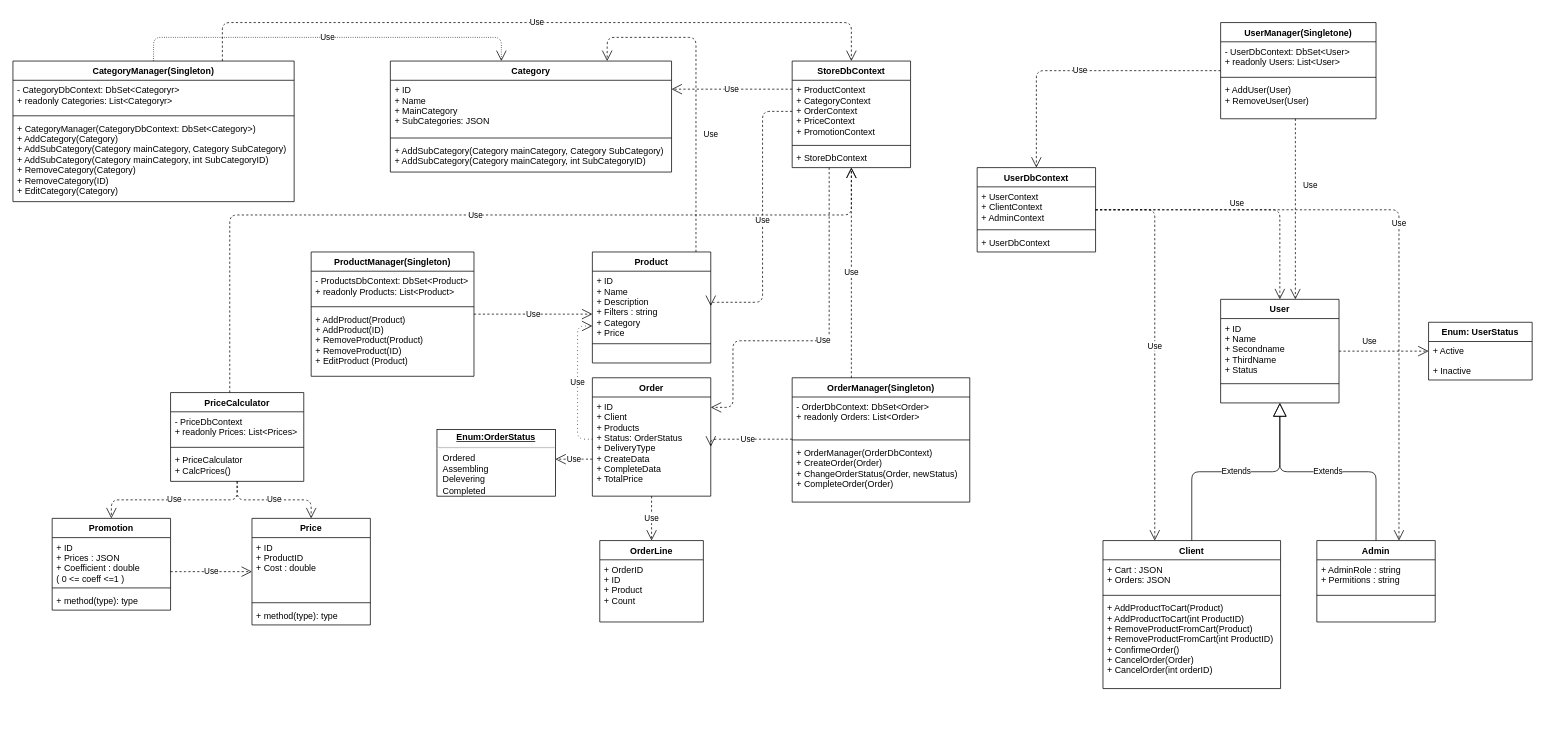
Above: UML Diagram.drawio in ArtemGB/AlpakaStore (draw.io), before the change. Source tidied: cells renumbered, new cells numbered last; positions are measured from the earlier drawing's top-left corner, leaving out a move shared by most shapes. Both pictures are drawn from the tidied source at 74%, with x=0, y=0 at pixel (13, 22).
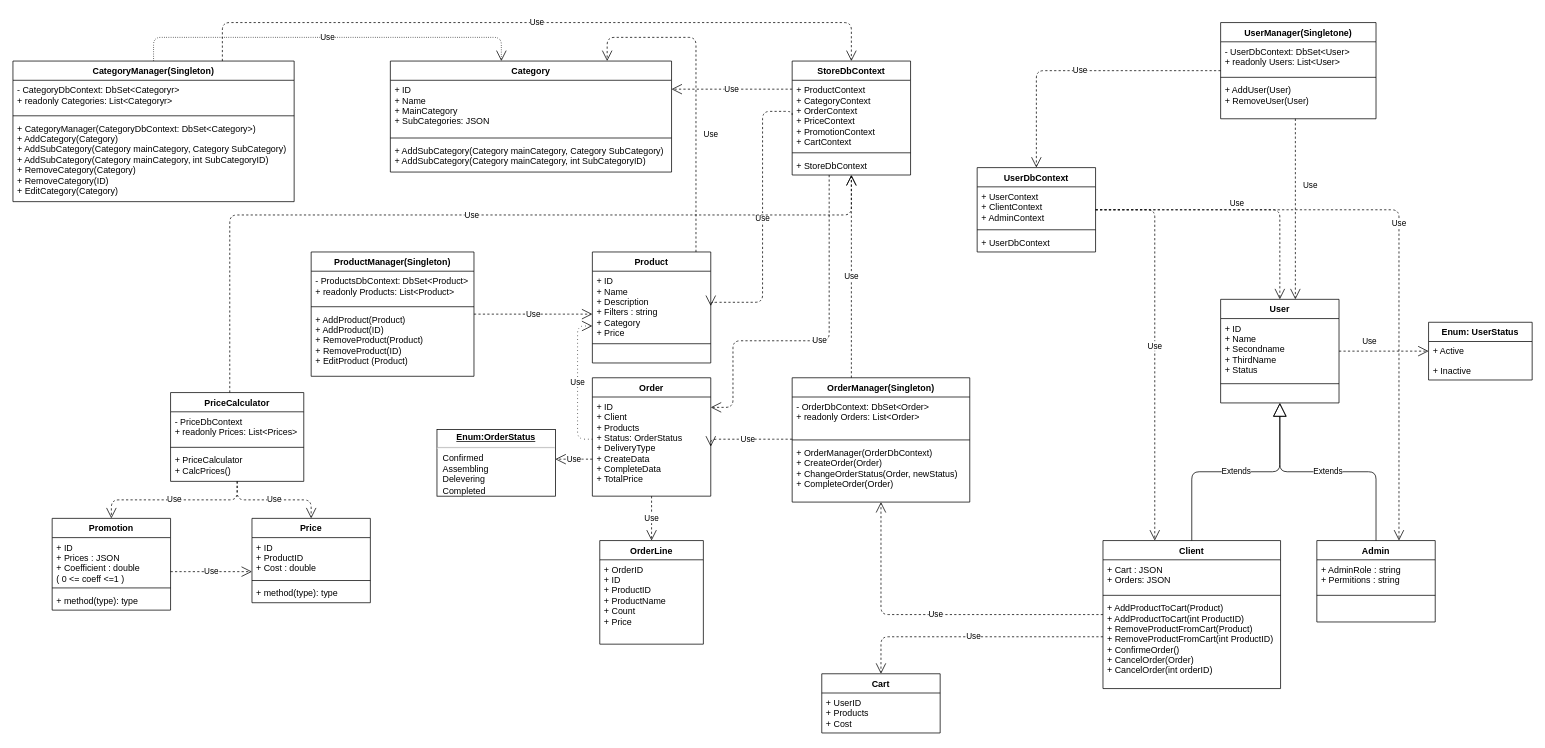
The same diagram, later.

Unchanged cells that the change refers to:
```xml
<mxCell id="21" value="Client" style="swimlane;fontStyle=1;align=center;verticalAlign=top;horizontal=1;startSize=26;" parent="1" vertex="1">
  <mxGeometry x="1473" y="700" width="240" height="200" as="geometry" />
</mxCell>
<mxCell id="34" value="OrderManager(Singleton)" style="swimlane;fontStyle=1;align=center;verticalAlign=top;horizontal=1;startSize=26;" parent="1" vertex="1">
  <mxGeometry x="1053" y="480" width="240" height="168" as="geometry" />
</mxCell>
```

Diff of the diagram source:
```diff
@@
     <mxCell id="13" value="StoreDbContext" style="swimlane;fontStyle=1;align=center;verticalAlign=top;horizontal=1;startSize=26;" parent="1" vertex="1">
-      <mxGeometry x="1053" y="52" width="160" height="144" as="geometry" />
+      <mxGeometry x="1053" y="52" width="160" height="154" as="geometry" />
     </mxCell>
-    <mxCell id="14" value="+ ProductContext&#10;+ CategoryContext&#10;+ OrderContext&#10;+ PriceContext&#10;+ PromotionContext" style="text;strokeColor=none;fillColor=none;align=left;verticalAlign=top;spacingLeft=4;spacingRight=4;overflow=hidden;points=[[0,0.5],[1,0.5]];portConstraint=eastwest;" parent="13" vertex="1">
-      <mxGeometry y="26" width="160" height="84" as="geometry" />
+    <mxCell id="14" value="+ ProductContext&#10;+ CategoryContext&#10;+ OrderContext&#10;+ PriceContext&#10;+ PromotionContext&#10;+ CartContext" style="text;strokeColor=none;fillColor=none;align=left;verticalAlign=top;spacingLeft=4;spacingRight=4;overflow=hidden;points=[[0,0.5],[1,0.5]];portConstraint=eastwest;" parent="13" vertex="1">
+      <mxGeometry y="26" width="160" height="94" as="geometry" />
     </mxCell>
     <mxCell id="15" style="line;strokeWidth=1;fillColor=none;align=left;verticalAlign=middle;spacingTop=-1;spacingLeft=3;spacingRight=3;labelPosition=right;" parent="13" vertex="1">
-      <mxGeometry y="110" width="160" height="8" as="geometry" />
+      <mxGeometry y="120" width="160" height="8" as="geometry" />
     </mxCell>
     <mxCell id="16" value="+ StoreDbContext" style="text;strokeColor=none;fillColor=none;align=left;verticalAlign=top;spacingLeft=4;spacingRight=4;overflow=hidden;" parent="13" vertex="1">
-      <mxGeometry y="118" width="160" height="26" as="geometry" />
+      <mxGeometry y="128" width="160" height="26" as="geometry" />
     </mxCell>
@@
-    <mxCell id="33" value="&lt;p style=&quot;margin: 0px ; margin-top: 4px ; text-align: center ; text-decoration: underline&quot;&gt;&lt;b&gt;Enum:OrderStatus&lt;/b&gt;&lt;/p&gt;&lt;hr&gt;&lt;p style=&quot;margin: 0px ; margin-left: 8px&quot;&gt;Ordered&lt;br&gt;Assembling&lt;/p&gt;&lt;p style=&quot;margin: 0px ; margin-left: 8px&quot;&gt;Delevering&lt;/p&gt;&lt;p style=&quot;margin: 0px ; margin-left: 8px&quot;&gt;Completed&lt;/p&gt;" style="verticalAlign=top;align=left;overflow=fill;fontSize=12;fontFamily=Helvetica;html=1;" parent="1" vertex="1">
+    <mxCell id="33" value="&lt;p style=&quot;margin: 0px ; margin-top: 4px ; text-align: center ; text-decoration: underline&quot;&gt;&lt;b&gt;Enum:OrderStatus&lt;/b&gt;&lt;/p&gt;&lt;hr&gt;&lt;p style=&quot;margin: 0px ; margin-left: 8px&quot;&gt;Confirmed&lt;br&gt;Assembling&lt;/p&gt;&lt;p style=&quot;margin: 0px ; margin-left: 8px&quot;&gt;Delevering&lt;/p&gt;&lt;p style=&quot;margin: 0px ; margin-left: 8px&quot;&gt;Completed&lt;/p&gt;" style="verticalAlign=top;align=left;overflow=fill;fontSize=12;fontFamily=Helvetica;html=1;" parent="1" vertex="1">
       <mxGeometry x="573" y="550" width="160" height="90" as="geometry" />
     </mxCell>
@@
     <mxCell id="58" value="Price" style="swimlane;fontStyle=1;align=center;verticalAlign=top;horizontal=1;startSize=26;" parent="1" vertex="1">
-      <mxGeometry x="323" y="670" width="160" height="144" as="geometry" />
+      <mxGeometry x="323" y="670" width="160" height="114" as="geometry" />
     </mxCell>
     <mxCell id="59" value="+ ID&#10;+ ProductID&#10;+ Cost : double" style="text;strokeColor=none;fillColor=none;align=left;verticalAlign=top;spacingLeft=4;spacingRight=4;overflow=hidden;" parent="58" vertex="1">
-      <mxGeometry y="26" width="160" height="84" as="geometry" />
+      <mxGeometry y="26" width="160" height="54" as="geometry" />
     </mxCell>
     <mxCell id="60" style="line;strokeWidth=1;fillColor=none;align=left;verticalAlign=middle;spacingTop=-1;spacingLeft=3;spacingRight=3;labelPosition=right;" parent="58" vertex="1">
-      <mxGeometry y="110" width="160" height="8" as="geometry" />
+      <mxGeometry y="80" width="160" height="8" as="geometry" />
     </mxCell>
     <mxCell id="61" value="+ method(type): type" style="text;strokeColor=none;fillColor=none;align=left;verticalAlign=top;spacingLeft=4;spacingRight=4;overflow=hidden;" parent="58" vertex="1">
-      <mxGeometry y="118" width="160" height="26" as="geometry" />
+      <mxGeometry y="88" width="160" height="26" as="geometry" />
     </mxCell>
@@
     <mxCell id="87" value="OrderLine" style="swimlane;fontStyle=1;align=center;verticalAlign=top;horizontal=1;startSize=26;" parent="1" vertex="1">
-      <mxGeometry x="793" y="700" width="140" height="110" as="geometry" />
+      <mxGeometry x="793" y="700" width="140" height="140" as="geometry" />
     </mxCell>
-    <mxCell id="88" value="+ OrderID&#10;+ ID&#10;+ Product&#10;+ Count" style="text;strokeColor=none;fillColor=none;align=left;verticalAlign=top;spacingLeft=4;spacingRight=4;overflow=hidden;" parent="87" vertex="1">
-      <mxGeometry y="26" width="140" height="84" as="geometry" />
+    <mxCell id="88" value="+ OrderID&#10;+ ID&#10;+ ProductID&#10;+ ProductName&#10;+ Count&#10;+ Price" style="text;strokeColor=none;fillColor=none;align=left;verticalAlign=top;spacingLeft=4;spacingRight=4;overflow=hidden;" parent="87" vertex="1">
+      <mxGeometry y="26" width="140" height="114" as="geometry" />
     </mxCell>
@@
+    <mxCell id="90" value="Use" style="endArrow=open;endSize=12;dashed=1;html=1;edgeStyle=orthogonalEdgeStyle;" parent="1" edge="1" source="21" target="34">
+      <mxGeometry relative="1" as="geometry" />
+    </mxCell>
+    <mxCell id="91" value="Cart" style="swimlane;fontStyle=1;align=center;verticalAlign=top;horizontal=1;startSize=26;" parent="1" vertex="1">
+      <mxGeometry x="1093" y="880" width="160" height="80" as="geometry" />
+    </mxCell>
+    <mxCell id="92" value="+ UserID&#10;+ Products&#10;+ Cost" style="text;strokeColor=none;fillColor=none;align=left;verticalAlign=top;spacingLeft=4;spacingRight=4;overflow=hidden;" parent="91" vertex="1">
+      <mxGeometry y="26" width="160" height="54" as="geometry" />
+    </mxCell>
+    <mxCell id="93" value="Use" style="endArrow=open;endSize=12;dashed=1;html=1;edgeStyle=orthogonalEdgeStyle;" parent="1" edge="1" source="21" target="91">
+      <mxGeometry relative="1" as="geometry">
+        <Array as="points">
+          <mxPoint x="1173" y="830" />
+        </Array>
+      </mxGeometry>
+    </mxCell>
```
